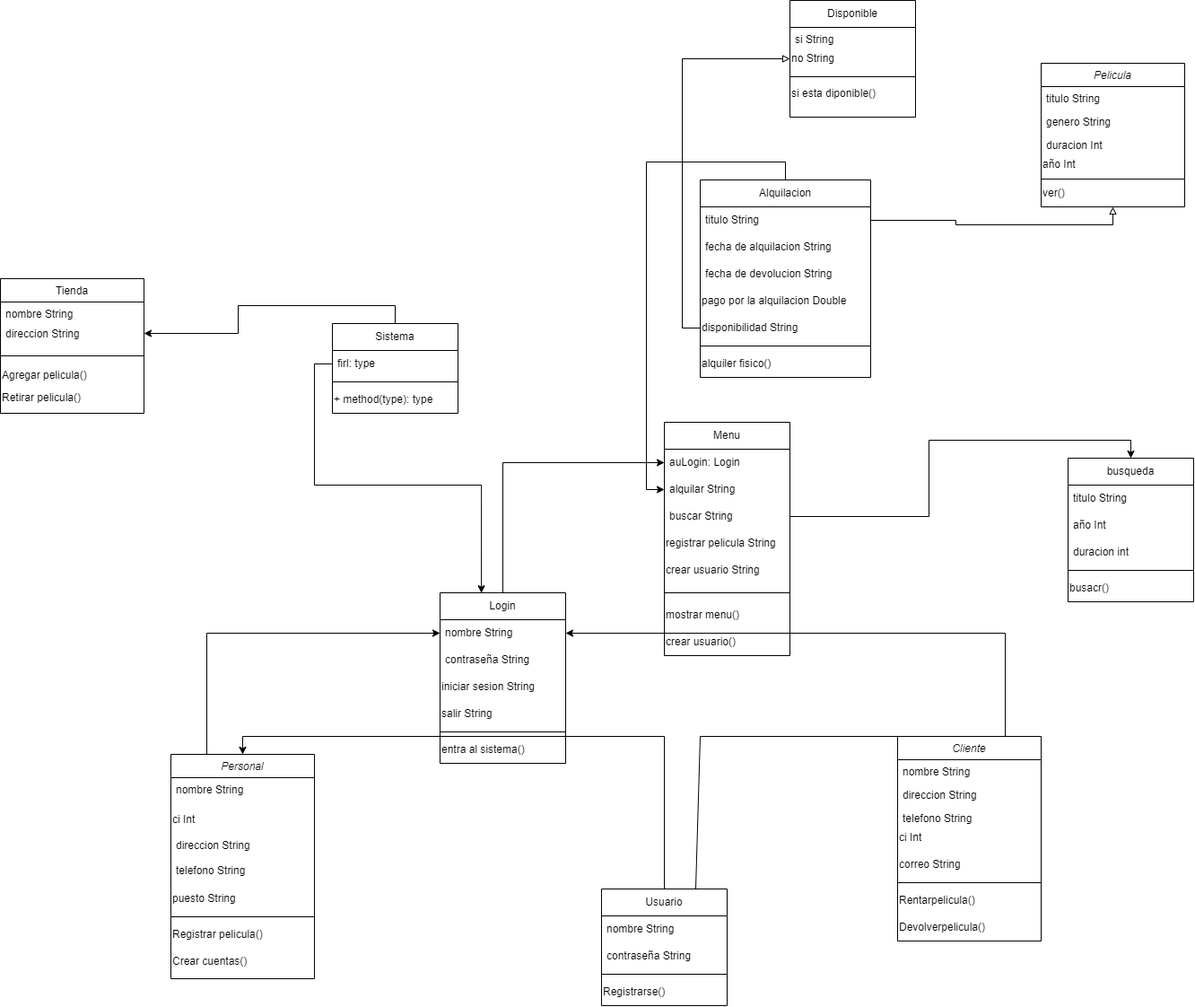
jhovanii/trabaja keeps this draw.io diagram as diagrama.drawio.png. Above is the earlier version. Source tidied: cells renumbered, new cells last; positions are measured from the earlier drawing's top-left corner, leaving out a move shared by most shapes.
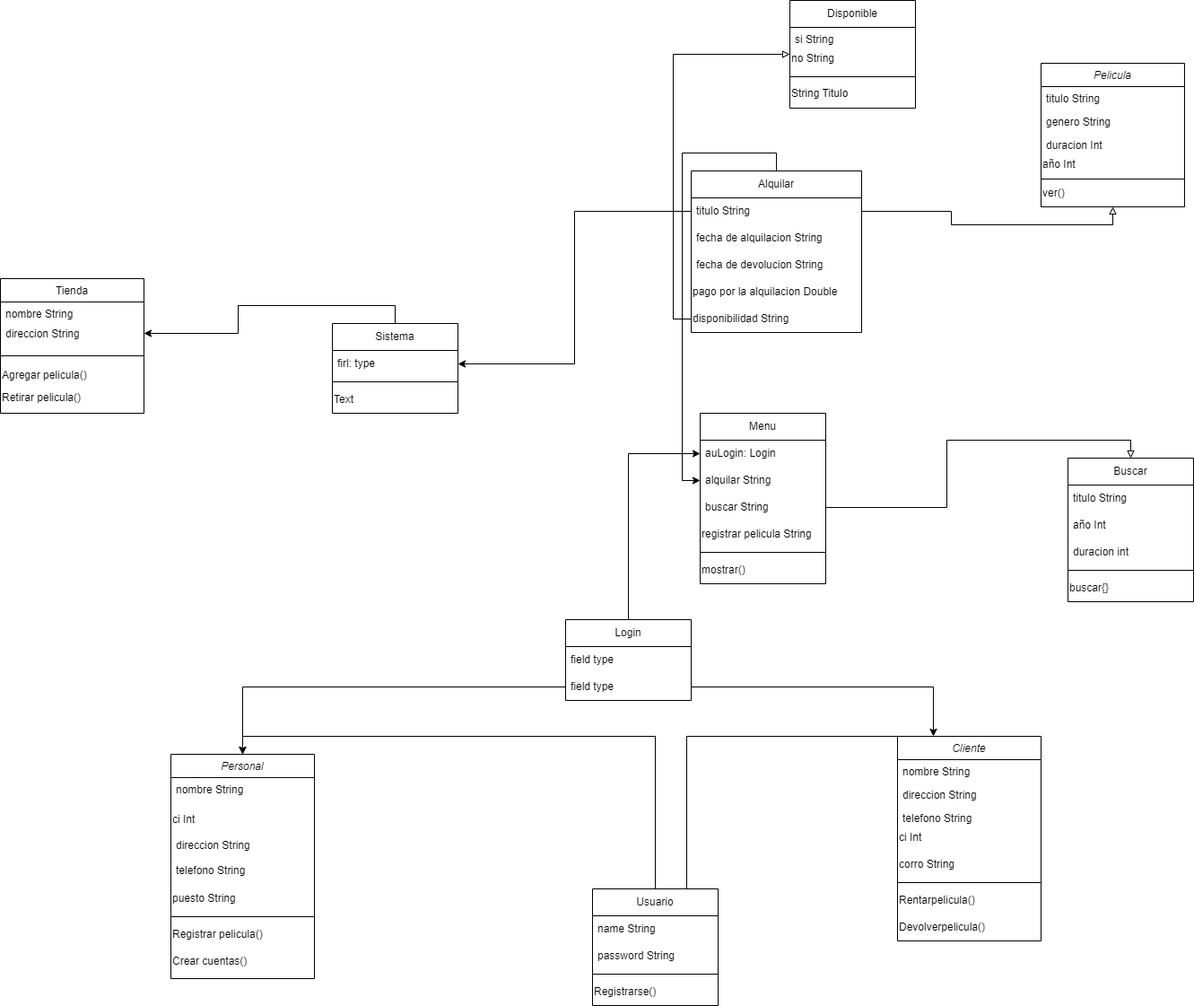
Later version of the same file.

What changed in the source:
```diff
@@ -2,9 +2,6 @@
   <root>
     <mxCell id="0" />
     <mxCell id="1" parent="0" />
-    <mxCell id="2" style="edgeStyle=orthogonalEdgeStyle;rounded=0;jettySize=auto;html=1;exitX=0.25;exitY=0;exitDx=0;exitDy=0;entryX=0;entryY=0.5;entryDx=0;entryDy=0;" parent="1" edge="1" source="3" target="53">
-      <mxGeometry relative="1" as="geometry" />
-    </mxCell>
     <mxCell id="3" value="Personal" style="swimlane;fontStyle=2;align=center;verticalAlign=top;horizontal=1;startSize=26;rounded=0;shadow=0;strokeWidth=1;" parent="1" vertex="1">
       <mxGeometry x="190" y="840" width="160" height="250" as="geometry" />
     </mxCell>
@@ -71,9 +68,6 @@
     <mxCell id="24" value="ver()" style="text;html=1;align=left;verticalAlign=middle;whiteSpace=wrap;rounded=0;" parent="18" vertex="1">
       <mxGeometry y="130" width="160" height="30" as="geometry" />
     </mxCell>
-    <mxCell id="25" style="edgeStyle=orthogonalEdgeStyle;rounded=0;jettySize=auto;html=1;exitX=0.75;exitY=0;exitDx=0;exitDy=0;entryX=1;entryY=0.5;entryDx=0;entryDy=0;" parent="1" edge="1" source="26" target="53">
-      <mxGeometry relative="1" as="geometry" />
-    </mxCell>
     <mxCell id="26" value="Cliente" style="swimlane;fontStyle=2;align=center;verticalAlign=top;horizontal=1;startSize=26;rounded=0;shadow=0;strokeWidth=1;" parent="1" vertex="1">
       <mxGeometry x="1000" y="820" width="160" height="228" as="geometry" />
     </mxCell>
@@ -89,7 +83,7 @@
     <mxCell id="30" value="ci Int" style="text;html=1;align=left;verticalAlign=middle;whiteSpace=wrap;rounded=0;" parent="26" vertex="1">
       <mxGeometry y="98" width="160" height="30" as="geometry" />
     </mxCell>
-    <mxCell id="31" value="correo String" style="text;html=1;align=left;verticalAlign=middle;whiteSpace=wrap;rounded=0;" parent="26" vertex="1">
+    <mxCell id="31" value="corro String" style="text;html=1;align=left;verticalAlign=middle;whiteSpace=wrap;rounded=0;" parent="26" vertex="1">
       <mxGeometry y="128" width="160" height="30" as="geometry" />
     </mxCell>
     <mxCell id="32" style="line;html=1;strokeWidth=1;align=left;verticalAlign=middle;spacingTop=-1;spacingLeft=3;spacingRight=3;labelPosition=right;" parent="26" vertex="1">
@@ -102,7 +96,7 @@
       <mxGeometry y="198" width="160" height="30" as="geometry" />
     </mxCell>
     <mxCell id="35" value="Disponible" style="swimlane;fontStyle=0;horizontal=1;startSize=30;whiteSpace=wrap;html=1;" parent="1" vertex="1">
-      <mxGeometry x="880" width="140" height="130" as="geometry" />
+      <mxGeometry x="880" width="140" height="120" as="geometry" />
     </mxCell>
     <mxCell id="36" value="si String" style="text;align=left;verticalAlign=top;spacingLeft=4;spacingRight=4;overflow=hidden;" parent="35" vertex="1">
       <mxGeometry y="30" width="140" height="20" as="geometry" />
@@ -113,19 +107,19 @@
     <mxCell id="38" style="line;html=1;strokeWidth=1;align=left;verticalAlign=middle;spacingTop=-1;spacingLeft=3;spacingRight=3;labelPosition=right;" parent="35" vertex="1">
       <mxGeometry y="80" width="140" height="10" as="geometry" />
     </mxCell>
-    <mxCell id="39" value="&lt;span style=&quot;text-wrap: nowrap;&quot;&gt;si esta diponible()&lt;/span&gt;" style="text;whiteSpace=wrap;html=1;" parent="35" vertex="1">
-      <mxGeometry y="90" width="140" height="40" as="geometry" />
+    <mxCell id="39" value="&lt;span style=&quot;color: rgb(0, 0, 0); font-family: Helvetica; font-size: 12px; font-style: normal; font-variant-ligatures: normal; font-variant-caps: normal; font-weight: 400; letter-spacing: normal; orphans: 2; text-align: left; text-indent: 0px; text-transform: none; widows: 2; word-spacing: 0px; -webkit-text-stroke-width: 0px; white-space: nowrap; background-color: rgb(251, 251, 251); text-decoration-thickness: initial; text-decoration-style: initial; text-decoration-color: initial; display: inline !important; float: none;&quot;&gt;String Titulo&lt;/span&gt;" style="text;whiteSpace=wrap;html=1;" parent="35" vertex="1">
+      <mxGeometry y="90" width="140" height="30" as="geometry" />
     </mxCell>
     <mxCell id="40" style="edgeStyle=orthogonalEdgeStyle;rounded=0;jettySize=auto;html=1;exitX=0.5;exitY=0;exitDx=0;exitDy=0;entryX=0.5;entryY=0;entryDx=0;entryDy=0;" parent="1" edge="1" source="41" target="3">
       <mxGeometry relative="1" as="geometry" />
     </mxCell>
     <mxCell id="41" value="Usuario" style="swimlane;fontStyle=0;horizontal=1;startSize=30;whiteSpace=wrap;html=1;" parent="1" vertex="1">
-      <mxGeometry x="670" y="990" width="140" height="130" as="geometry" />
+      <mxGeometry x="660" y="990" width="140" height="130" as="geometry" />
     </mxCell>
-    <mxCell id="42" value="nombre String" style="text;strokeColor=none;fillColor=none;align=left;verticalAlign=middle;spacingLeft=4;spacingRight=4;overflow=hidden;whiteSpace=wrap;html=1;" parent="41" vertex="1">
+    <mxCell id="42" value="name String" style="text;strokeColor=none;fillColor=none;align=left;verticalAlign=middle;spacingLeft=4;spacingRight=4;overflow=hidden;whiteSpace=wrap;html=1;" parent="41" vertex="1">
       <mxGeometry y="30" width="140" height="30" as="geometry" />
     </mxCell>
-    <mxCell id="43" value="contraseña String" style="text;strokeColor=none;fillColor=none;align=left;verticalAlign=middle;spacingLeft=4;spacingRight=4;overflow=hidden;whiteSpace=wrap;html=1;" parent="41" vertex="1">
+    <mxCell id="43" value="password String" style="text;strokeColor=none;fillColor=none;align=left;verticalAlign=middle;spacingLeft=4;spacingRight=4;overflow=hidden;whiteSpace=wrap;html=1;" parent="41" vertex="1">
       <mxGeometry y="60" width="140" height="30" as="geometry" />
     </mxCell>
     <mxCell id="44" style="line;html=1;strokeWidth=1;align=left;verticalAlign=middle;spacingTop=-1;spacingLeft=3;spacingRight=3;labelPosition=right;" parent="41" vertex="1">
@@ -146,38 +140,26 @@
     <mxCell id="49" style="line;html=1;strokeWidth=1;align=left;verticalAlign=middle;spacingTop=-1;spacingLeft=3;spacingRight=3;labelPosition=right;" parent="47" vertex="1">
       <mxGeometry y="60" width="140" height="10" as="geometry" />
     </mxCell>
-    <mxCell id="50" value="&lt;span style=&quot;&quot;&gt;+ method(type): type&lt;/span&gt;" style="text;html=1;align=left;verticalAlign=middle;whiteSpace=wrap;rounded=0;" parent="47" vertex="1">
-      <mxGeometry y="70" width="140" height="30" as="geometry" />
-    </mxCell>
+    <mxCell id="88" value="Text" style="text;html=1;align=left;verticalAlign=middle;whiteSpace=wrap;rounded=0;" parent="47" vertex="1">
+      <mxGeometry y="70" width="140" height="30" as="geometry" />
+    </mxCell>
     <mxCell id="51" style="edgeStyle=orthogonalEdgeStyle;rounded=0;jettySize=auto;html=1;exitX=0.5;exitY=0;exitDx=0;exitDy=0;entryX=0;entryY=0.5;entryDx=0;entryDy=0;" parent="1" edge="1" source="52" target="69">
       <mxGeometry relative="1" as="geometry" />
     </mxCell>
     <mxCell id="52" value="Login" style="swimlane;fontStyle=0;horizontal=1;startSize=30;whiteSpace=wrap;html=1;" parent="1" vertex="1">
-      <mxGeometry x="490" y="660" width="140" height="190" as="geometry" />
+      <mxGeometry x="630" y="690" width="140" height="90" as="geometry" />
     </mxCell>
-    <mxCell id="53" value="nombre String" style="text;strokeColor=none;fillColor=none;align=left;verticalAlign=middle;spacingLeft=4;spacingRight=4;overflow=hidden;points=[[0,0.5],[1,0.5]];portConstraint=eastwest;whiteSpace=wrap;html=1;" parent="52" vertex="1">
+    <mxCell id="53" value="field type" style="text;strokeColor=none;fillColor=none;align=left;verticalAlign=middle;spacingLeft=4;spacingRight=4;overflow=hidden;points=[[0,0.5],[1,0.5]];portConstraint=eastwest;whiteSpace=wrap;html=1;" parent="52" vertex="1">
       <mxGeometry y="30" width="140" height="30" as="geometry" />
     </mxCell>
-    <mxCell id="54" value="contraseña String" style="text;strokeColor=none;fillColor=none;align=left;verticalAlign=middle;spacingLeft=4;spacingRight=4;overflow=hidden;points=[[0,0.5],[1,0.5]];portConstraint=eastwest;whiteSpace=wrap;html=1;" parent="52" vertex="1">
+    <mxCell id="54" value="field type" style="text;strokeColor=none;fillColor=none;align=left;verticalAlign=middle;spacingLeft=4;spacingRight=4;overflow=hidden;points=[[0,0.5],[1,0.5]];portConstraint=eastwest;whiteSpace=wrap;html=1;" parent="52" vertex="1">
       <mxGeometry y="60" width="140" height="30" as="geometry" />
     </mxCell>
-    <mxCell id="55" value="iniciar sesion String" style="text;html=1;align=left;verticalAlign=middle;whiteSpace=wrap;rounded=0;" parent="52" vertex="1">
-      <mxGeometry y="90" width="140" height="30" as="geometry" />
-    </mxCell>
-    <mxCell id="56" value="salir String" style="text;html=1;align=left;verticalAlign=middle;whiteSpace=wrap;rounded=0;" parent="52" vertex="1">
-      <mxGeometry y="120" width="140" height="30" as="geometry" />
-    </mxCell>
-    <mxCell id="57" style="line;html=1;strokeWidth=1;align=left;verticalAlign=middle;spacingTop=-1;spacingLeft=3;spacingRight=3;labelPosition=right;" parent="52" vertex="1">
-      <mxGeometry y="150" width="140" height="10" as="geometry" />
-    </mxCell>
-    <mxCell id="58" value="entra al sistema()" style="text;html=1;align=left;verticalAlign=middle;whiteSpace=wrap;rounded=0;" parent="52" vertex="1">
-      <mxGeometry y="160" width="140" height="30" as="geometry" />
-    </mxCell>
     <mxCell id="59" style="edgeStyle=orthogonalEdgeStyle;rounded=0;jettySize=auto;html=1;exitX=0.5;exitY=0;exitDx=0;exitDy=0;entryX=0;entryY=0.5;entryDx=0;entryDy=0;" parent="1" edge="1" source="60" target="70">
       <mxGeometry relative="1" as="geometry" />
     </mxCell>
-    <mxCell id="60" value="Alquilacion" style="swimlane;fontStyle=0;horizontal=1;startSize=30;whiteSpace=wrap;html=1;" parent="1" vertex="1">
-      <mxGeometry x="780" y="200" width="190" height="220" as="geometry" />
+    <mxCell id="60" value="Alquilar" style="swimlane;fontStyle=0;horizontal=1;startSize=30;whiteSpace=wrap;html=1;" parent="1" vertex="1">
+      <mxGeometry x="770" y="190" width="190" height="180" as="geometry" />
     </mxCell>
     <mxCell id="61" value="titulo String&amp;nbsp;" style="text;strokeColor=none;fillColor=none;align=left;verticalAlign=middle;spacingLeft=4;spacingRight=4;overflow=hidden;points=[[0,0.5],[1,0.5]];portConstraint=eastwest;whiteSpace=wrap;html=1;" parent="60" vertex="1">
       <mxGeometry y="30" width="190" height="30" as="geometry" />
@@ -194,14 +176,8 @@
     <mxCell id="65" value="disponibilidad String" style="text;html=1;align=left;verticalAlign=middle;whiteSpace=wrap;rounded=0;" parent="60" vertex="1">
       <mxGeometry y="150" width="190" height="30" as="geometry" />
     </mxCell>
-    <mxCell id="66" style="line;html=1;strokeWidth=1;align=left;verticalAlign=middle;spacingTop=-1;spacingLeft=3;spacingRight=3;labelPosition=right;" parent="60" vertex="1">
-      <mxGeometry y="180" width="190" height="10" as="geometry" />
-    </mxCell>
-    <mxCell id="67" value="alquiler fisico()" style="text;html=1;align=left;verticalAlign=middle;whiteSpace=wrap;rounded=0;" parent="60" vertex="1">
-      <mxGeometry y="190" width="190" height="30" as="geometry" />
-    </mxCell>
     <mxCell id="68" value="Menu" style="swimlane;fontStyle=0;horizontal=1;startSize=30;whiteSpace=wrap;html=1;" parent="1" vertex="1">
-      <mxGeometry x="740" y="470" width="140" height="260" as="geometry" />
+      <mxGeometry x="780" y="460" width="140" height="190" as="geometry" />
     </mxCell>
     <mxCell id="69" value="auLogin: Login" style="text;strokeColor=none;fillColor=none;align=left;verticalAlign=middle;spacingLeft=4;spacingRight=4;overflow=hidden;points=[[0,0.5],[1,0.5]];portConstraint=eastwest;whiteSpace=wrap;html=1;" parent="68" vertex="1">
       <mxGeometry y="30" width="140" height="30" as="geometry" />
@@ -215,32 +191,35 @@
     <mxCell id="72" value="registrar pelicula String" style="text;html=1;align=left;verticalAlign=middle;whiteSpace=wrap;rounded=0;" parent="68" vertex="1">
       <mxGeometry y="120" width="140" height="30" as="geometry" />
     </mxCell>
-    <mxCell id="73" value="crear usuario String" style="text;html=1;align=left;verticalAlign=middle;whiteSpace=wrap;rounded=0;" parent="68" vertex="1">
-      <mxGeometry y="150" width="140" height="30" as="geometry" />
-    </mxCell>
-    <mxCell id="74" style="line;html=1;strokeWidth=1;align=left;verticalAlign=middle;spacingTop=-1;spacingLeft=3;spacingRight=3;labelPosition=right;" parent="68" vertex="1">
-      <mxGeometry y="180" width="140" height="20" as="geometry" />
-    </mxCell>
-    <mxCell id="75" value="mostrar menu()" style="text;html=1;align=left;verticalAlign=middle;whiteSpace=wrap;rounded=0;" parent="68" vertex="1">
-      <mxGeometry y="200" width="140" height="30" as="geometry" />
-    </mxCell>
-    <mxCell id="76" value="crear usuario()" style="text;html=1;align=left;verticalAlign=middle;whiteSpace=wrap;rounded=0;" parent="68" vertex="1">
-      <mxGeometry y="230" width="140" height="30" as="geometry" />
-    </mxCell>
+    <mxCell id="57" style="line;html=1;strokeWidth=1;align=left;verticalAlign=middle;spacingTop=-1;spacingLeft=3;spacingRight=3;labelPosition=right;" parent="68" vertex="1">
+      <mxGeometry y="150" width="140" height="10" as="geometry" />
+    </mxCell>
+    <mxCell id="89" value="mostrar()" style="text;html=1;align=left;verticalAlign=middle;whiteSpace=wrap;rounded=0;" parent="68" vertex="1">
+      <mxGeometry y="160" width="140" height="30" as="geometry" />
+    </mxCell>
+    <mxCell id="90" style="edgeStyle=orthogonalEdgeStyle;rounded=0;jettySize=auto;html=1;exitX=1;exitY=0.5;exitDx=0;exitDy=0;entryX=0.25;entryY=0;entryDx=0;entryDy=0;" parent="1" edge="1" source="54" target="26">
+      <mxGeometry relative="1" as="geometry" />
+    </mxCell>
+    <mxCell id="91" style="edgeStyle=orthogonalEdgeStyle;rounded=0;jettySize=auto;html=1;exitX=0;exitY=0.5;exitDx=0;exitDy=0;entryX=0.5;entryY=0;entryDx=0;entryDy=0;" parent="1" edge="1" source="54" target="3">
+      <mxGeometry relative="1" as="geometry" />
+    </mxCell>
     <mxCell id="77" style="endArrow=none;html=1;rounded=0;entryX=0.5;entryY=0;entryDx=0;entryDy=0;exitX=0.75;exitY=0;exitDx=0;exitDy=0;" parent="1" edge="1" source="41" target="26">
       <mxGeometry relative="1" as="geometry">
         <Array as="points">
-          <mxPoint x="780" y="820" />
+          <mxPoint x="765" y="820" />
         </Array>
       </mxGeometry>
     </mxCell>
+    <mxCell id="92" style="edgeStyle=orthogonalEdgeStyle;rounded=0;jettySize=auto;html=1;exitX=0;exitY=0.5;exitDx=0;exitDy=0;entryX=1;entryY=0.5;entryDx=0;entryDy=0;" parent="1" edge="1" source="61" target="48">
+      <mxGeometry relative="1" as="geometry" />
+    </mxCell>
     <mxCell id="78" style="edgeStyle=orthogonalEdgeStyle;rounded=0;jettySize=auto;html=1;exitX=1;exitY=0.5;exitDx=0;exitDy=0;entryX=0.5;entryY=1;entryDx=0;entryDy=0;curved=0;endArrow=block;endFill=0;" parent="1" edge="1" source="61" target="18">
       <mxGeometry relative="1" as="geometry" />
     </mxCell>
     <mxCell id="79" style="edgeStyle=orthogonalEdgeStyle;rounded=0;jettySize=auto;html=1;exitX=0;exitY=0.5;exitDx=0;exitDy=0;entryX=0;entryY=0.5;entryDx=0;entryDy=0;endArrow=block;endFill=0;" parent="1" edge="1" source="65" target="35">
       <mxGeometry relative="1" as="geometry" />
     </mxCell>
-    <mxCell id="80" value="busqueda" style="swimlane;fontStyle=0;horizontal=1;startSize=30;whiteSpace=wrap;html=1;" parent="1" vertex="1">
+    <mxCell id="80" value="Buscar" style="swimlane;fontStyle=0;horizontal=1;startSize=30;whiteSpace=wrap;html=1;" parent="1" vertex="1">
       <mxGeometry x="1190" y="510" width="140" height="160" as="geometry" />
     </mxCell>
     <mxCell id="81" value="titulo String&amp;nbsp;" style="text;strokeColor=none;fillColor=none;align=left;verticalAlign=middle;spacingLeft=4;spacingRight=4;overflow=hidden;whiteSpace=wrap;html=1;" parent="80" vertex="1">
@@ -255,14 +234,11 @@
     <mxCell id="84" style="line;html=1;strokeWidth=1;align=left;verticalAlign=middle;spacingTop=-1;spacingLeft=3;spacingRight=3;labelPosition=right;" parent="80" vertex="1">
       <mxGeometry y="120" width="140" height="10" as="geometry" />
     </mxCell>
-    <mxCell id="85" value="busacr()" style="text;html=1;align=left;verticalAlign=middle;whiteSpace=wrap;rounded=0;" parent="80" vertex="1">
-      <mxGeometry y="130" width="140" height="30" as="geometry" />
-    </mxCell>
+    <mxCell id="93" value="buscar{}" style="text;html=1;align=left;verticalAlign=middle;whiteSpace=wrap;rounded=0;" parent="80" vertex="1">
+      <mxGeometry y="130" width="140" height="30" as="geometry" />
+    </mxCell>
-    <mxCell id="86" style="edgeStyle=orthogonalEdgeStyle;rounded=0;jettySize=auto;html=1;exitX=1;exitY=0.5;exitDx=0;exitDy=0;entryX=0.5;entryY=0;entryDx=0;entryDy=0;" parent="1" edge="1" source="71" target="80">
+    <mxCell id="86" style="edgeStyle=orthogonalEdgeStyle;rounded=0;jettySize=auto;html=1;exitX=1;exitY=0.5;exitDx=0;exitDy=0;entryX=0.5;entryY=0;entryDx=0;entryDy=0;endArrow=block;endFill=0;" parent="1" edge="1" source="71" target="80">
       <mxGeometry relative="1" as="geometry" />
     </mxCell>
-    <mxCell id="87" style="edgeStyle=orthogonalEdgeStyle;rounded=0;jettySize=auto;html=1;exitX=0;exitY=0.5;exitDx=0;exitDy=0;entryX=0.329;entryY=0.001;entryDx=0;entryDy=0;entryPerimeter=0;" parent="1" edge="1" source="48" target="52">
-      <mxGeometry relative="1" as="geometry" />
-    </mxCell>
   </root>
 </mxGraphModel>
```
